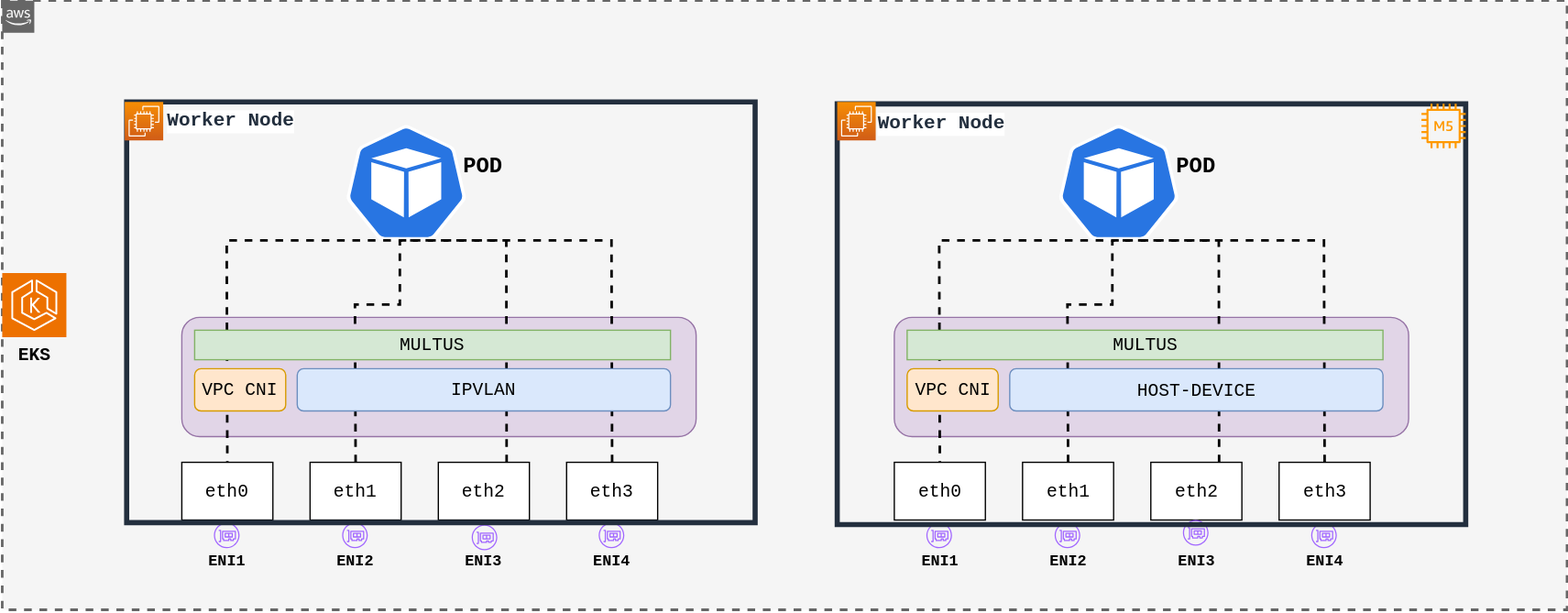
Earlier version of the draw.io export docs/diagrams/arch.drawio.svg (johnlam90/aws-multi-eni-controller). Source tidied: cells renumbered, new cells last; positions are measured from the earlier drawing's top-left corner, leaving out a move shared by most shapes.
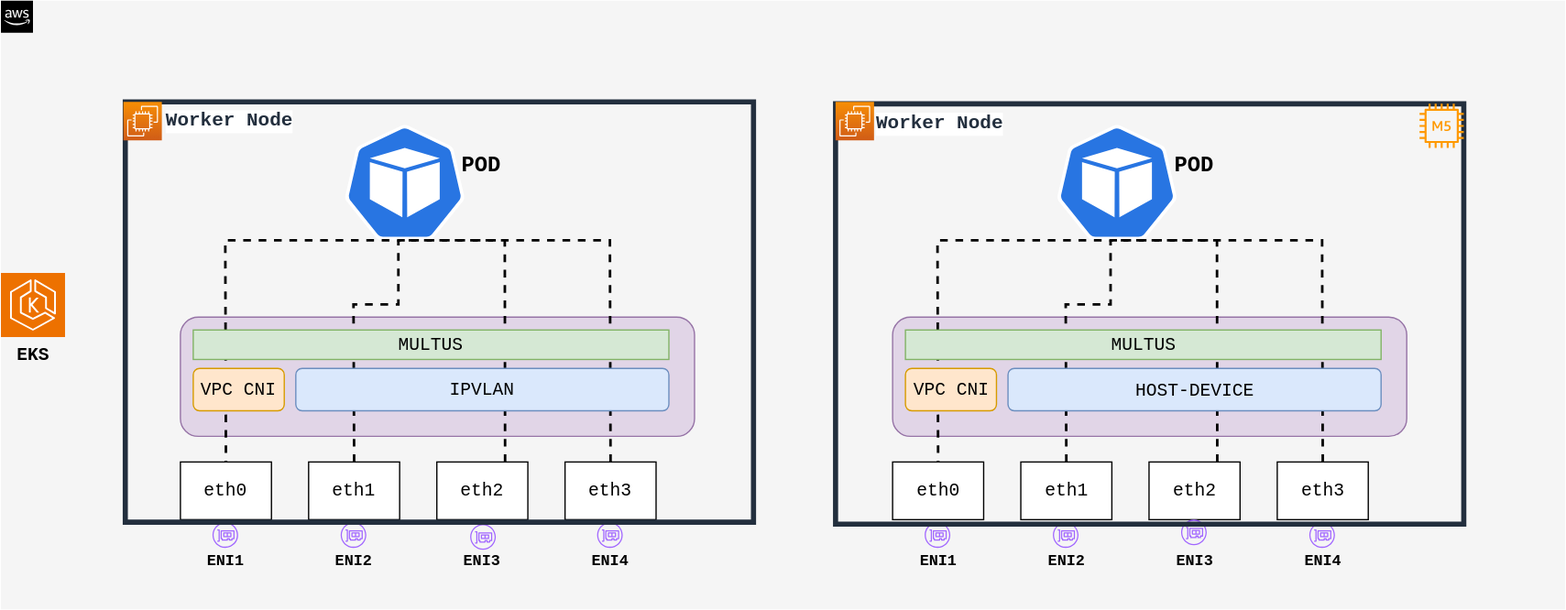
After the commit.

What changed in the source:
```diff
@@ -2,7 +2,7 @@
   <root>
     <mxCell id="0" />
     <mxCell id="1" parent="0" />
-    <mxCell id="2" style="html=1;whiteSpace=wrap;fontSize=12;fontStyle=0;shape=mxgraph.aws4.group;grIcon=mxgraph.aws4.group_aws_cloud_alt;strokeColor=#666666;fillColor=#f5f5f5;verticalAlign=top;align=left;spacingLeft=30;dashed=1;labelBackgroundColor=#ffffff;strokeWidth=2;fontColor=#333333;" parent="1" vertex="1">
+    <mxCell id="2" style="html=1;whiteSpace=wrap;fontSize=12;fontStyle=0;shape=mxgraph.aws4.group;grIcon=mxgraph.aws4.group_aws_cloud_alt;strokeColor=none;fillColor=#f5f5f5;verticalAlign=top;align=left;spacingLeft=30;dashed=1;labelBackgroundColor=#ffffff;strokeWidth=2;fontColor=#333333;" parent="1" vertex="1">
       <mxGeometry width="1220" height="475" as="geometry" />
     </mxCell>
     <mxCell id="3" style="sketch=0;fontColor=#232F3E;gradientColor=none;fillColor=#A166FF;strokeColor=none;dashed=0;verticalLabelPosition=bottom;verticalAlign=top;align=center;html=1;fontSize=12;fontStyle=0;shape=mxgraph.aws4.elastic_network_interface;" parent="1" vertex="1">
```
